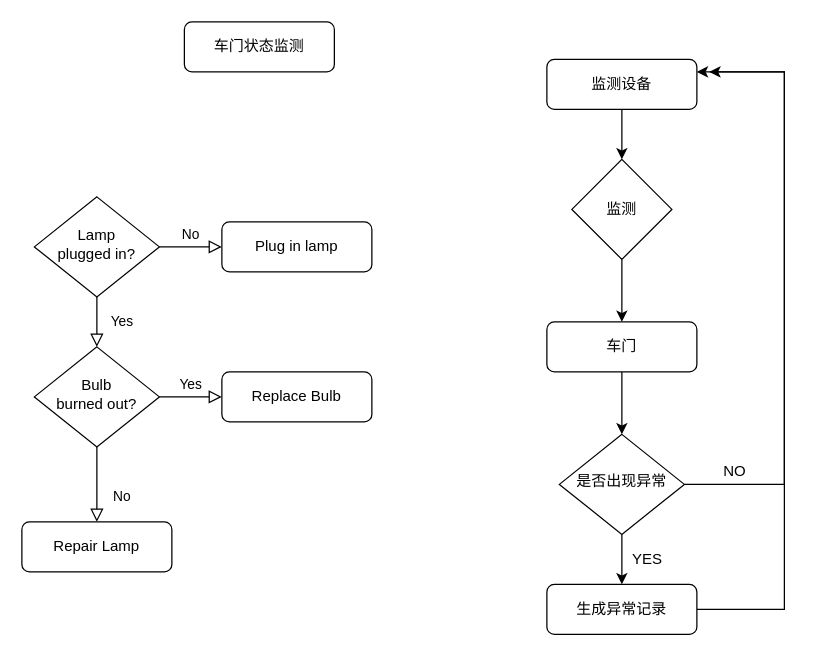
The draw.io diagram Untitled Diagram.drawio in Armstrong-Bai/demo, before the edit. Source tidied: cells renumbered, new cells numbered last; positions are measured from the earlier drawing's top-left corner, leaving out a move shared by most shapes. Both pictures are drawn from the tidied source at 125%, with x=0, y=0 at pixel (21, 21).
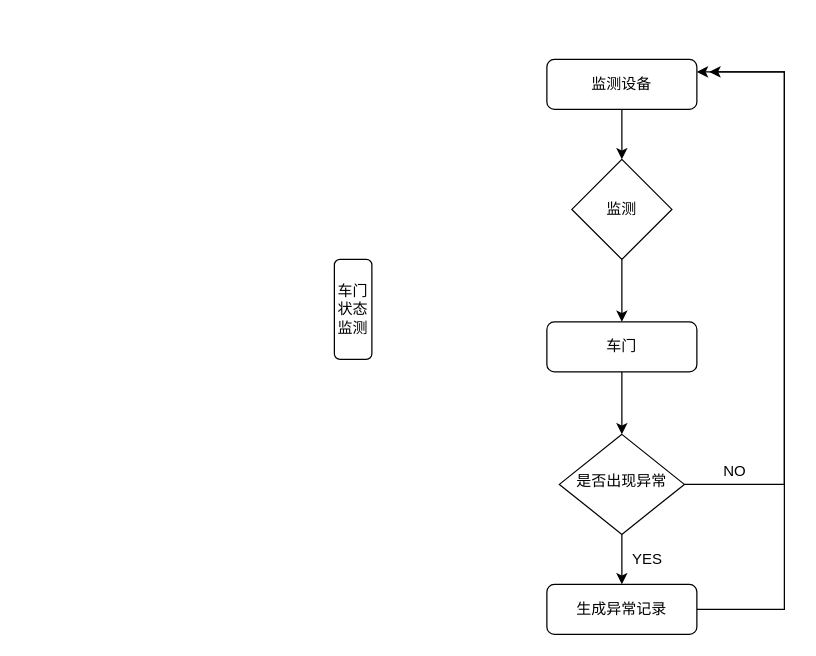
The same diagram, later.

The edit, as a diff of the source:
```diff
@@
     <mxCell id="2" value="车门状态监测" style="rounded=1;whiteSpace=wrap;html=1;fontSize=12;glass=0;strokeWidth=1;shadow=0;" parent="1" vertex="1">
-      <mxGeometry x="130" width="120" height="40" as="geometry" />
+      <mxGeometry x="250" y="190" width="30" height="80" as="geometry" />
     </mxCell>
-    <mxCell id="3" value="Yes" style="rounded=0;html=1;jettySize=auto;fontSize=11;endArrow=block;endFill=0;endSize=8;strokeWidth=1;shadow=0;labelBackgroundColor=none;edgeStyle=orthogonalEdgeStyle;" parent="1" edge="1" source="5" target="9">
-      <mxGeometry y="20" relative="1" as="geometry" />
-    </mxCell>
-    <mxCell id="4" value="No" style="edgeStyle=orthogonalEdgeStyle;rounded=0;html=1;jettySize=auto;fontSize=11;endArrow=block;endFill=0;endSize=8;strokeWidth=1;shadow=0;labelBackgroundColor=none;" parent="1" edge="1" source="5" target="6">
-      <mxGeometry y="10" relative="1" as="geometry" />
-    </mxCell>
-    <mxCell id="5" value="Lamp&lt;br&gt;plugged in?" style="rhombus;whiteSpace=wrap;html=1;shadow=0;fontFamily=Helvetica;fontSize=12;align=center;strokeWidth=1;spacing=6;spacingTop=-4;" parent="1" vertex="1">
-      <mxGeometry x="10" y="140" width="100" height="80" as="geometry" />
-    </mxCell>
-    <mxCell id="6" value="Plug in lamp" style="rounded=1;whiteSpace=wrap;html=1;fontSize=12;glass=0;strokeWidth=1;shadow=0;" parent="1" vertex="1">
-      <mxGeometry x="160" y="160" width="120" height="40" as="geometry" />
-    </mxCell>
-    <mxCell id="7" value="No" style="rounded=0;html=1;jettySize=auto;fontSize=11;endArrow=block;endFill=0;endSize=8;strokeWidth=1;shadow=0;labelBackgroundColor=none;edgeStyle=orthogonalEdgeStyle;" parent="1" edge="1" source="9" target="10">
-      <mxGeometry x="0.33" y="20" relative="1" as="geometry" />
-    </mxCell>
-    <mxCell id="8" value="Yes" style="edgeStyle=orthogonalEdgeStyle;rounded=0;html=1;jettySize=auto;fontSize=11;endArrow=block;endFill=0;endSize=8;strokeWidth=1;shadow=0;labelBackgroundColor=none;" parent="1" edge="1" source="9" target="11">
-      <mxGeometry y="10" relative="1" as="geometry" />
-    </mxCell>
-    <mxCell id="9" value="Bulb&lt;br&gt;burned out?" style="rhombus;whiteSpace=wrap;html=1;shadow=0;fontFamily=Helvetica;fontSize=12;align=center;strokeWidth=1;spacing=6;spacingTop=-4;" parent="1" vertex="1">
-      <mxGeometry x="10" y="260" width="100" height="80" as="geometry" />
-    </mxCell>
-    <mxCell id="10" value="Repair Lamp" style="rounded=1;whiteSpace=wrap;html=1;fontSize=12;glass=0;strokeWidth=1;shadow=0;" parent="1" vertex="1">
-      <mxGeometry y="400" width="120" height="40" as="geometry" />
-    </mxCell>
-    <mxCell id="11" value="Replace Bulb" style="rounded=1;whiteSpace=wrap;html=1;fontSize=12;glass=0;strokeWidth=1;shadow=0;" parent="1" vertex="1">
-      <mxGeometry x="160" y="280" width="120" height="40" as="geometry" />
-    </mxCell>
```
